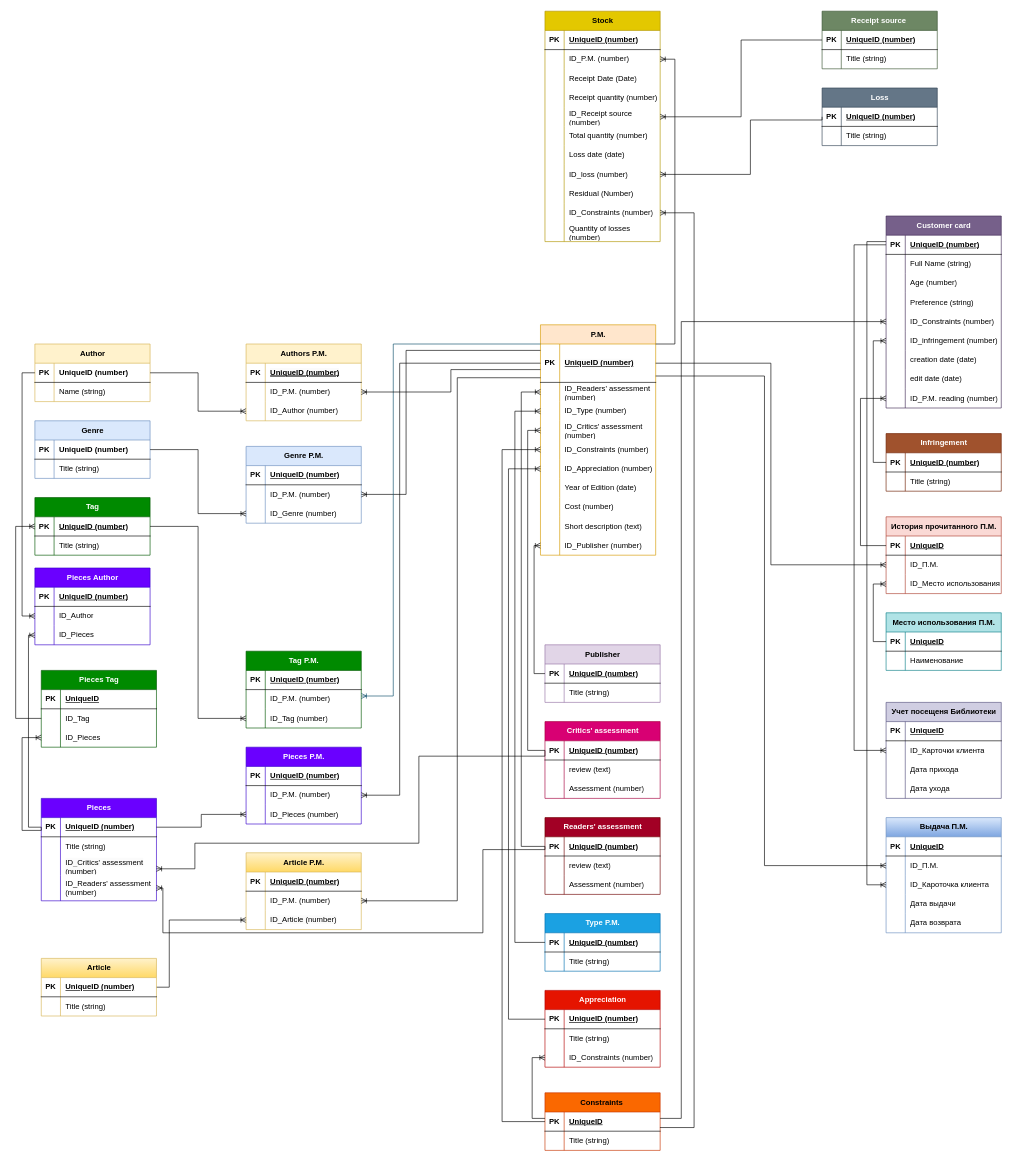
This is page "Страница — 2" (2 of 2) of Диаграмма без названия.drawio from whoIsJhonGalt/repFirst, a draw.io file, before an edit. Source tidied: cells renumbered, new cells numbered last; positions are measured from the earlier drawing's top-left corner, leaving out a move shared by most shapes. Both pictures are drawn from the tidied source at 64%, with x=0, y=0 at pixel (15, 11).
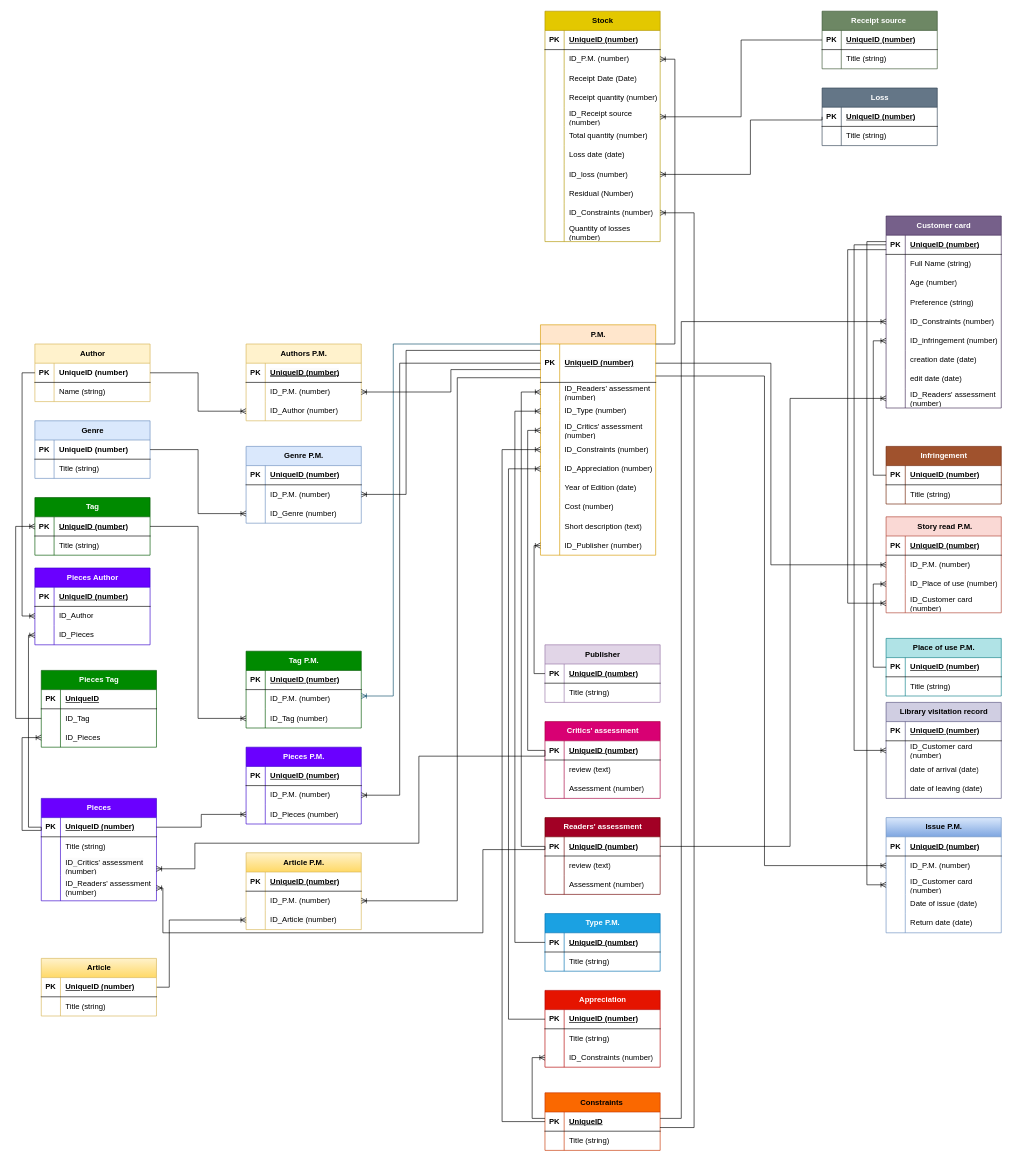
After the change.

The change refers to these unchanged cells:
```xml
<mxCell id="158" style="shape=tableRow;horizontal=0;startSize=0;swimlaneHead=0;swimlaneBody=0;fillColor=none;points=[[0,0.5],[1,0.5]];portConstraint=eastwest;top=0;left=0;right=0;bottom=1;" parent="157" vertex="1">
  <mxGeometry y="30" width="180" height="30" as="geometry" />
</mxCell>
<mxCell id="224" style="shape=tableRow;horizontal=0;startSize=0;swimlaneHead=0;swimlaneBody=0;fillColor=none;points=[[0,0.5],[1,0.5]];portConstraint=eastwest;top=0;left=0;right=0;bottom=1;" parent="223" vertex="1">
  <mxGeometry y="30" width="180" height="30" as="geometry" />
</mxCell>
<mxCell id="248" style="shape=tableRow;horizontal=0;startSize=0;swimlaneHead=0;swimlaneBody=0;fillColor=none;points=[[0,0.5],[1,0.5]];portConstraint=eastwest;top=0;left=0;right=0;bottom=0;" parent="223" vertex="1">
  <mxGeometry y="270" width="180" height="30" as="geometry" />
</mxCell>
<mxCell id="261" style="shape=tableRow;horizontal=0;startSize=0;swimlaneHead=0;swimlaneBody=0;fillColor=none;points=[[0,0.5],[1,0.5]];portConstraint=eastwest;top=0;left=0;right=0;bottom=1;" parent="260" vertex="1">
  <mxGeometry y="30" width="180" height="30" as="geometry" />
</mxCell>
<mxCell id="264" style="shape=tableRow;horizontal=0;startSize=0;swimlaneHead=0;swimlaneBody=0;fillColor=none;points=[[0,0.5],[1,0.5]];portConstraint=eastwest;top=0;left=0;right=0;bottom=0;" parent="260" vertex="1">
  <mxGeometry y="60" width="180" height="30" as="geometry" />
</mxCell>
<mxCell id="267" style="shape=tableRow;horizontal=0;startSize=0;swimlaneHead=0;swimlaneBody=0;fillColor=none;points=[[0,0.5],[1,0.5]];portConstraint=eastwest;top=0;left=0;right=0;bottom=0;" parent="260" vertex="1">
  <mxGeometry y="90" width="180" height="30" as="geometry" />
</mxCell>
<mxCell id="272" style="shape=tableRow;horizontal=0;startSize=0;swimlaneHead=0;swimlaneBody=0;fillColor=none;points=[[0,0.5],[1,0.5]];portConstraint=eastwest;top=0;left=0;right=0;bottom=1;" parent="271" vertex="1">
  <mxGeometry y="30" width="180" height="30" as="geometry" />
</mxCell>
<mxCell id="275" style="shape=tableRow;horizontal=0;startSize=0;swimlaneHead=0;swimlaneBody=0;fillColor=none;top=0;left=0;right=0;bottom=0;" parent="271" vertex="1">
  <mxGeometry y="60" width="180" height="30" as="geometry" />
</mxCell>
<mxCell id="281" style="shape=tableRow;horizontal=0;startSize=0;swimlaneHead=0;swimlaneBody=0;fillColor=none;top=0;left=0;right=0;bottom=1;" parent="280" vertex="1">
  <mxGeometry y="30" width="180" height="30" as="geometry" />
</mxCell>
<mxCell id="284" style="shape=tableRow;horizontal=0;startSize=0;swimlaneHead=0;swimlaneBody=0;fillColor=none;points=[[0,0.5],[1,0.5]];portConstraint=eastwest;top=0;left=0;right=0;bottom=0;" parent="280" vertex="1">
  <mxGeometry y="60" width="180" height="30" as="geometry" />
</mxCell>
<mxCell id="287" style="shape=tableRow;horizontal=0;startSize=0;swimlaneHead=0;swimlaneBody=0;fillColor=none;top=0;left=0;right=0;bottom=0;" parent="280" vertex="1">
  <mxGeometry y="90" width="180" height="30" as="geometry" />
</mxCell>
<mxCell id="290" style="shape=tableRow;horizontal=0;startSize=0;swimlaneHead=0;swimlaneBody=0;fillColor=none;top=0;left=0;right=0;bottom=0;" parent="280" vertex="1">
  <mxGeometry y="120" width="180" height="30" as="geometry" />
</mxCell>
<mxCell id="295" style="shape=tableRow;horizontal=0;startSize=0;swimlaneHead=0;swimlaneBody=0;fillColor=none;top=0;left=0;right=0;bottom=1;" parent="294" vertex="1">
  <mxGeometry y="30" width="180" height="30" as="geometry" />
</mxCell>
<mxCell id="298" style="shape=tableRow;horizontal=0;startSize=0;swimlaneHead=0;swimlaneBody=0;fillColor=none;points=[[0,0.5],[1,0.5]];portConstraint=eastwest;top=0;left=0;right=0;bottom=0;" parent="294" vertex="1">
  <mxGeometry y="60" width="180" height="30" as="geometry" />
</mxCell>
<mxCell id="301" style="shape=tableRow;horizontal=0;startSize=0;swimlaneHead=0;swimlaneBody=0;fillColor=none;points=[[0,0.5],[1,0.5]];portConstraint=eastwest;top=0;left=0;right=0;bottom=0;" parent="294" vertex="1">
  <mxGeometry y="90" width="180" height="30" as="geometry" />
</mxCell>
<mxCell id="304" style="shape=tableRow;horizontal=0;startSize=0;swimlaneHead=0;swimlaneBody=0;fillColor=none;top=0;left=0;right=0;bottom=0;" parent="294" vertex="1">
  <mxGeometry y="120" width="180" height="30" as="geometry" />
</mxCell>
<mxCell id="307" style="shape=tableRow;horizontal=0;startSize=0;swimlaneHead=0;swimlaneBody=0;fillColor=none;top=0;left=0;right=0;bottom=0;" parent="294" vertex="1">
  <mxGeometry y="150" width="180" height="30" as="geometry" />
</mxCell>
```

The edit, as a diff of the source:
```diff
@@
-    <mxCell id="249" style="shape=partialRectangle;fillColor=none;top=0;left=0;bottom=0;right=0;overflow=hidden;whiteSpace=wrap;html=1;" parent="248" vertex="1">
-      <mxGeometry width="30" height="30" as="geometry" />
-    </mxCell>
-    <mxCell id="250" value="ID_P.M. reading (number)" style="shape=partialRectangle;fillColor=none;top=0;left=0;bottom=0;right=0;align=left;spacingLeft=6;overflow=hidden;whiteSpace=wrap;html=1;" parent="248" vertex="1">
-      <mxGeometry x="30" width="150" height="30" as="geometry" />
-    </mxCell>
+    <mxCell id="360" style="shape=partialRectangle;fillColor=none;top=0;left=0;bottom=0;right=0;overflow=hidden;whiteSpace=wrap;html=1;" parent="248" vertex="1">
+      <mxGeometry width="30" height="30" as="geometry" />
+    </mxCell>
+    <mxCell id="361" value="ID_Readers' assessment (number)" style="shape=partialRectangle;fillColor=none;top=0;left=0;bottom=0;right=0;align=left;spacingLeft=6;overflow=hidden;whiteSpace=wrap;html=1;" parent="248" vertex="1">
+      <mxGeometry x="30" width="150" height="30" as="geometry" />
+    </mxCell>
@@
     <mxCell id="252" value="Infringement" style="shape=table;startSize=30;childLayout=tableLayout;rowLines=0;fontStyle=1;align=center;html=1;fillColor=#a0522d;fontColor=#ffffff;strokeColor=#6D1F00;" parent="1" vertex="1">
-      <mxGeometry x="1360" y="660" width="180" height="90" as="geometry" />
+      <mxGeometry x="1360" y="680" width="180" height="90" as="geometry" />
     </mxCell>
@@
-    <mxCell id="260" value="История прочитанного П.М." style="shape=table;startSize=30;childLayout=tableLayout;rowLines=0;fontStyle=1;align=center;html=1;fillColor=#fad9d5;strokeColor=#ae4132;" parent="1" vertex="1">
-      <mxGeometry x="1360" y="790" width="180" height="120" as="geometry" />
+    <mxCell id="260" value="&amp;nbsp;Story read P.M." style="shape=table;startSize=30;childLayout=tableLayout;rowLines=0;fontStyle=1;align=center;html=1;fillColor=#fad9d5;strokeColor=#ae4132;" parent="1" vertex="1">
+      <mxGeometry x="1360" y="790" width="180" height="150" as="geometry" />
     </mxCell>
@@
-    <mxCell id="263" value="UniqueID" style="shape=partialRectangle;fillColor=none;top=0;left=0;bottom=0;right=0;align=left;spacingLeft=6;fontStyle=5;overflow=hidden;whiteSpace=wrap;html=1;" parent="261" vertex="1">
+    <mxCell id="263" value="UniqueID (number)" style="shape=partialRectangle;fillColor=none;top=0;left=0;bottom=0;right=0;align=left;spacingLeft=6;fontStyle=5;overflow=hidden;whiteSpace=wrap;html=1;" parent="261" vertex="1">
       <mxGeometry x="30" width="150" height="30" as="geometry" />
     </mxCell>
@@
-    <mxCell id="266" value="ID_П.М." style="shape=partialRectangle;fillColor=none;top=0;left=0;bottom=0;right=0;align=left;spacingLeft=6;overflow=hidden;whiteSpace=wrap;html=1;" parent="264" vertex="1">
+    <mxCell id="266" value="ID_P.M. (number)" style="shape=partialRectangle;fillColor=none;top=0;left=0;bottom=0;right=0;align=left;spacingLeft=6;overflow=hidden;whiteSpace=wrap;html=1;" parent="264" vertex="1">
       <mxGeometry x="30" width="150" height="30" as="geometry" />
     </mxCell>
@@
-    <mxCell id="269" value="ID_Место использования" style="shape=partialRectangle;fillColor=none;top=0;left=0;bottom=0;right=0;align=left;spacingLeft=6;overflow=hidden;whiteSpace=wrap;html=1;" parent="267" vertex="1">
+    <mxCell id="269" value="ID_Place of use (number)" style="shape=partialRectangle;fillColor=none;top=0;left=0;bottom=0;right=0;align=left;spacingLeft=6;overflow=hidden;whiteSpace=wrap;html=1;" parent="267" vertex="1">
       <mxGeometry x="30" width="150" height="30" as="geometry" />
     </mxCell>
+    <mxCell id="362" style="shape=tableRow;horizontal=0;startSize=0;swimlaneHead=0;swimlaneBody=0;fillColor=none;points=[[0,0.5],[1,0.5]];portConstraint=eastwest;top=0;left=0;right=0;bottom=0;" parent="260" vertex="1">
+      <mxGeometry y="120" width="180" height="30" as="geometry" />
+    </mxCell>
+    <mxCell id="363" style="shape=partialRectangle;fillColor=none;top=0;left=0;bottom=0;right=0;overflow=hidden;whiteSpace=wrap;html=1;" parent="362" vertex="1">
+      <mxGeometry width="30" height="30" as="geometry" />
+    </mxCell>
+    <mxCell id="364" value="ID_Сustomer card (number)" style="shape=partialRectangle;fillColor=none;top=0;left=0;bottom=0;right=0;align=left;spacingLeft=6;overflow=hidden;whiteSpace=wrap;html=1;" parent="362" vertex="1">
+      <mxGeometry x="30" width="150" height="30" as="geometry" />
+    </mxCell>
-    <mxCell id="270" style="edgeStyle=orthogonalEdgeStyle;rounded=0;jettySize=auto;html=1;endArrow=ERoneToMany;endFill=0;" parent="1" edge="1" source="261" target="248">
+    <mxCell id="270" style="edgeStyle=orthogonalEdgeStyle;rounded=0;jettySize=auto;html=1;endArrow=ERoneToMany;endFill=0;" parent="1" edge="1" source="261">
       <mxGeometry relative="1" as="geometry">
         <Array as="points">
           <mxPoint x="1320" y="835" />
           <mxPoint x="1320" y="605" />
         </Array>
       </mxGeometry>
     </mxCell>
-    <mxCell id="271" value="Место использования П.М." style="shape=table;startSize=30;childLayout=tableLayout;rowLines=0;fontStyle=1;align=center;html=1;fillColor=#b0e3e6;strokeColor=#0e8088;" parent="1" vertex="1">
-      <mxGeometry x="1360" y="940" width="180" height="90" as="geometry" />
+    <mxCell id="271" value="Place of use P.M." style="shape=table;startSize=30;childLayout=tableLayout;rowLines=0;fontStyle=1;align=center;html=1;fillColor=#b0e3e6;strokeColor=#0e8088;" parent="1" vertex="1">
+      <mxGeometry x="1360" y="980" width="180" height="90" as="geometry" />
     </mxCell>
@@
-    <mxCell id="274" value="UniqueID" style="shape=partialRectangle;fillColor=none;top=0;left=0;bottom=0;right=0;align=left;spacingLeft=6;fontStyle=5;overflow=hidden;whiteSpace=wrap;html=1;" parent="272" vertex="1">
+    <mxCell id="274" value="UniqueID (number)" style="shape=partialRectangle;fillColor=none;top=0;left=0;bottom=0;right=0;align=left;spacingLeft=6;fontStyle=5;overflow=hidden;whiteSpace=wrap;html=1;" parent="272" vertex="1">
       <mxGeometry x="30" width="150" height="30" as="geometry" />
     </mxCell>
@@
-    <mxCell id="277" value="Наименование" style="shape=partialRectangle;fillColor=none;top=0;left=0;bottom=0;right=0;align=left;spacingLeft=6;overflow=hidden;whiteSpace=wrap;html=1;" parent="275" vertex="1">
+    <mxCell id="277" value="Title (string)" style="shape=partialRectangle;fillColor=none;top=0;left=0;bottom=0;right=0;align=left;spacingLeft=6;overflow=hidden;whiteSpace=wrap;html=1;" parent="275" vertex="1">
       <mxGeometry x="30" width="150" height="30" as="geometry" />
     </mxCell>
     <mxCell id="278" style="edgeStyle=orthogonalEdgeStyle;rounded=0;jettySize=auto;html=1;entryX=0;entryY=0.5;entryDx=0;entryDy=0;endArrow=ERoneToMany;endFill=0;" parent="1" edge="1" source="272" target="267">
-      <mxGeometry relative="1" as="geometry" />
+      <mxGeometry relative="1" as="geometry">
+        <Array as="points">
+          <mxPoint x="1340" y="1025" />
+          <mxPoint x="1340" y="895" />
+        </Array>
+      </mxGeometry>
     </mxCell>
@@
-    <mxCell id="280" value="Учет посещеня Библиотеки" style="shape=table;startSize=30;childLayout=tableLayout;rowLines=0;fontStyle=1;align=center;html=1;fillColor=#d0cee2;strokeColor=#56517e;" parent="1" vertex="1">
+    <mxCell id="280" value="Library visitation record" style="shape=table;startSize=30;childLayout=tableLayout;rowLines=0;fontStyle=1;align=center;html=1;fillColor=#d0cee2;strokeColor=#56517e;" parent="1" vertex="1">
       <mxGeometry x="1360" y="1080" width="180" height="150" as="geometry" />
     </mxCell>
@@
-    <mxCell id="283" value="UniqueID" style="shape=partialRectangle;fillColor=none;top=0;left=0;bottom=0;right=0;align=left;spacingLeft=6;fontStyle=5;overflow=hidden;whiteSpace=wrap;html=1;" parent="281" vertex="1">
+    <mxCell id="283" value="UniqueID (number)" style="shape=partialRectangle;fillColor=none;top=0;left=0;bottom=0;right=0;align=left;spacingLeft=6;fontStyle=5;overflow=hidden;whiteSpace=wrap;html=1;" parent="281" vertex="1">
       <mxGeometry x="30" width="150" height="30" as="geometry" />
     </mxCell>
@@
-    <mxCell id="286" value="ID_Карточки клиента" style="shape=partialRectangle;fillColor=none;top=0;left=0;bottom=0;right=0;align=left;spacingLeft=6;overflow=hidden;whiteSpace=wrap;html=1;" parent="284" vertex="1">
+    <mxCell id="286" value="ID_Сustomer card (number)" style="shape=partialRectangle;fillColor=none;top=0;left=0;bottom=0;right=0;align=left;spacingLeft=6;overflow=hidden;whiteSpace=wrap;html=1;" parent="284" vertex="1">
       <mxGeometry x="30" width="150" height="30" as="geometry" />
     </mxCell>
@@
-    <mxCell id="289" value="Дата прихода" style="shape=partialRectangle;fillColor=none;top=0;left=0;bottom=0;right=0;align=left;spacingLeft=6;overflow=hidden;whiteSpace=wrap;html=1;" parent="287" vertex="1">
+    <mxCell id="289" value="date of arrival (date)" style="shape=partialRectangle;fillColor=none;top=0;left=0;bottom=0;right=0;align=left;spacingLeft=6;overflow=hidden;whiteSpace=wrap;html=1;" parent="287" vertex="1">
       <mxGeometry x="30" width="150" height="30" as="geometry" />
     </mxCell>
@@
-    <mxCell id="292" value="Дата ухода" style="shape=partialRectangle;fillColor=none;top=0;left=0;bottom=0;right=0;align=left;spacingLeft=6;overflow=hidden;whiteSpace=wrap;html=1;" parent="290" vertex="1">
+    <mxCell id="292" value="date of leaving (date)" style="shape=partialRectangle;fillColor=none;top=0;left=0;bottom=0;right=0;align=left;spacingLeft=6;overflow=hidden;whiteSpace=wrap;html=1;" parent="290" vertex="1">
       <mxGeometry x="30" width="150" height="30" as="geometry" />
     </mxCell>
@@
-    <mxCell id="294" value="Выдача П.М." style="shape=table;startSize=30;childLayout=tableLayout;rowLines=0;fontStyle=1;align=center;html=1;fillColor=#dae8fc;gradientColor=#7ea6e0;strokeColor=#6c8ebf;" parent="1" vertex="1">
+    <mxCell id="294" value="Issue P.M." style="shape=table;startSize=30;childLayout=tableLayout;rowLines=0;fontStyle=1;align=center;html=1;fillColor=#dae8fc;gradientColor=#7ea6e0;strokeColor=#6c8ebf;" parent="1" vertex="1">
       <mxGeometry x="1360" y="1260" width="180" height="180" as="geometry" />
     </mxCell>
@@
-    <mxCell id="297" value="UniqueID" style="shape=partialRectangle;fillColor=none;top=0;left=0;bottom=0;right=0;align=left;spacingLeft=6;fontStyle=5;overflow=hidden;whiteSpace=wrap;html=1;" parent="295" vertex="1">
+    <mxCell id="297" value="UniqueID (number)" style="shape=partialRectangle;fillColor=none;top=0;left=0;bottom=0;right=0;align=left;spacingLeft=6;fontStyle=5;overflow=hidden;whiteSpace=wrap;html=1;" parent="295" vertex="1">
       <mxGeometry x="30" width="150" height="30" as="geometry" />
     </mxCell>
@@
-    <mxCell id="300" value="ID_П.М." style="shape=partialRectangle;fillColor=none;top=0;left=0;bottom=0;right=0;align=left;spacingLeft=6;overflow=hidden;whiteSpace=wrap;html=1;" parent="298" vertex="1">
+    <mxCell id="300" value="ID_P.M. (number)" style="shape=partialRectangle;fillColor=none;top=0;left=0;bottom=0;right=0;align=left;spacingLeft=6;overflow=hidden;whiteSpace=wrap;html=1;" parent="298" vertex="1">
       <mxGeometry x="30" width="150" height="30" as="geometry" />
     </mxCell>
@@
-    <mxCell id="303" value="ID_Кароточка клиента" style="shape=partialRectangle;fillColor=none;top=0;left=0;bottom=0;right=0;align=left;spacingLeft=6;overflow=hidden;whiteSpace=wrap;html=1;" parent="301" vertex="1">
+    <mxCell id="303" value="ID_Сustomer card (number)" style="shape=partialRectangle;fillColor=none;top=0;left=0;bottom=0;right=0;align=left;spacingLeft=6;overflow=hidden;whiteSpace=wrap;html=1;" parent="301" vertex="1">
       <mxGeometry x="30" width="150" height="30" as="geometry" />
     </mxCell>
@@
-    <mxCell id="306" value="Дата выдачи" style="shape=partialRectangle;fillColor=none;top=0;left=0;bottom=0;right=0;align=left;spacingLeft=6;overflow=hidden;whiteSpace=wrap;html=1;" parent="304" vertex="1">
+    <mxCell id="306" value="Date of issue (date)" style="shape=partialRectangle;fillColor=none;top=0;left=0;bottom=0;right=0;align=left;spacingLeft=6;overflow=hidden;whiteSpace=wrap;html=1;" parent="304" vertex="1">
       <mxGeometry x="30" width="150" height="30" as="geometry" />
     </mxCell>
@@
-    <mxCell id="309" value="Дата возврата" style="shape=partialRectangle;fillColor=none;top=0;left=0;bottom=0;right=0;align=left;spacingLeft=6;overflow=hidden;whiteSpace=wrap;html=1;" parent="307" vertex="1">
+    <mxCell id="309" value="Return date (date)" style="shape=partialRectangle;fillColor=none;top=0;left=0;bottom=0;right=0;align=left;spacingLeft=6;overflow=hidden;whiteSpace=wrap;html=1;" parent="307" vertex="1">
       <mxGeometry x="30" width="150" height="30" as="geometry" />
     </mxCell>
@@
+    <mxCell id="365" style="edgeStyle=orthogonalEdgeStyle;rounded=0;jettySize=auto;html=1;endArrow=ERoneToMany;endFill=0;entryX=0;entryY=0.5;entryDx=0;entryDy=0;" parent="1" edge="1" source="158" target="248">
+      <mxGeometry relative="1" as="geometry">
+        <Array as="points">
+          <mxPoint x="1210" y="1305" />
+          <mxPoint x="1210" y="605" />
+        </Array>
+      </mxGeometry>
+    </mxCell>
+    <mxCell id="366" style="edgeStyle=orthogonalEdgeStyle;rounded=0;jettySize=auto;html=1;entryX=0.001;entryY=0.754;entryDx=0;entryDy=0;entryPerimeter=0;endArrow=none;endFill=0;startArrow=ERoneToMany;startFill=0;" parent="1" edge="1" source="362" target="224">
+      <mxGeometry relative="1" as="geometry">
+        <Array as="points">
+          <mxPoint x="1300" y="925" />
+          <mxPoint x="1300" y="373" />
+        </Array>
+      </mxGeometry>
+    </mxCell>
```
